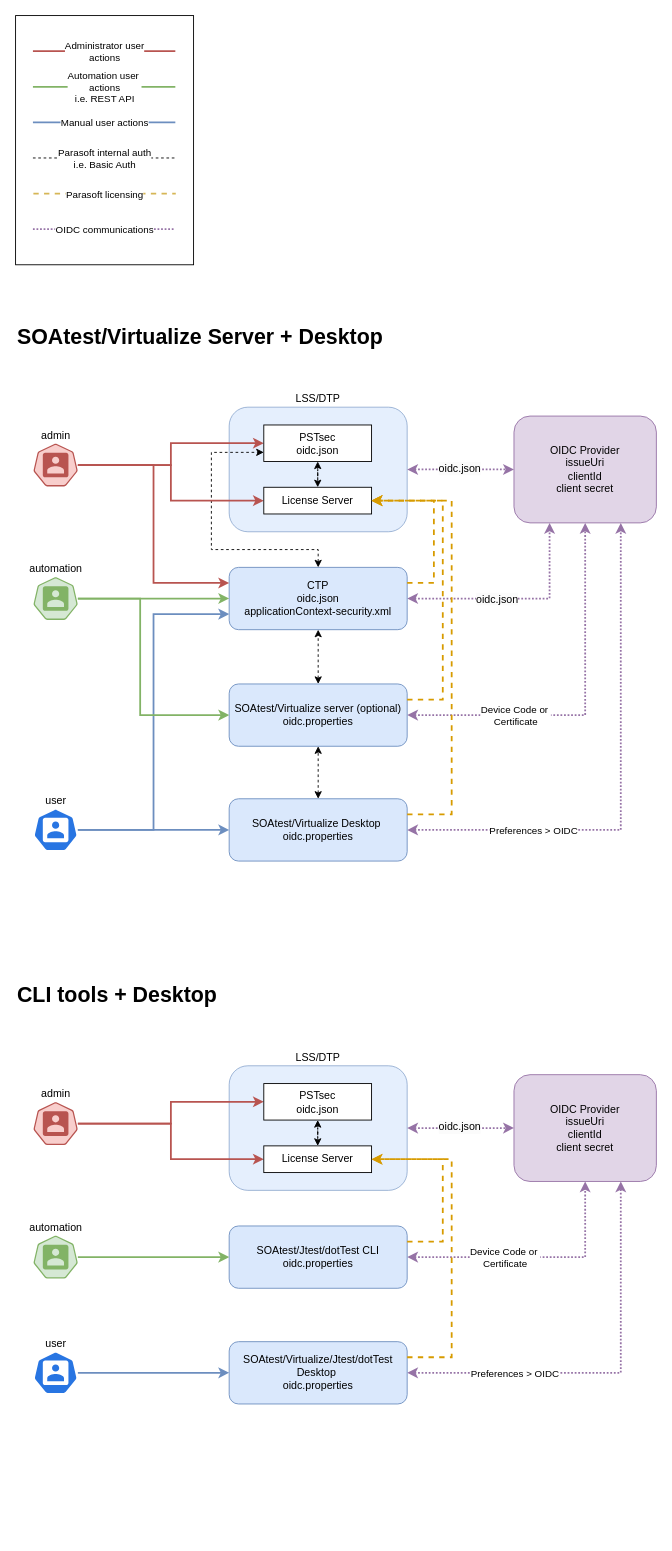
The draw.io diagram oidc.drawio in gtrofimov/draw-io-projects, before the edit. Source tidied: cells renumbered, new cells numbered last; positions are measured from the earlier drawing's top-left corner, leaving out a move shared by most shapes. Both pictures are drawn from the tidied source at 89%, with x=0, y=0 at pixel (15, 15).
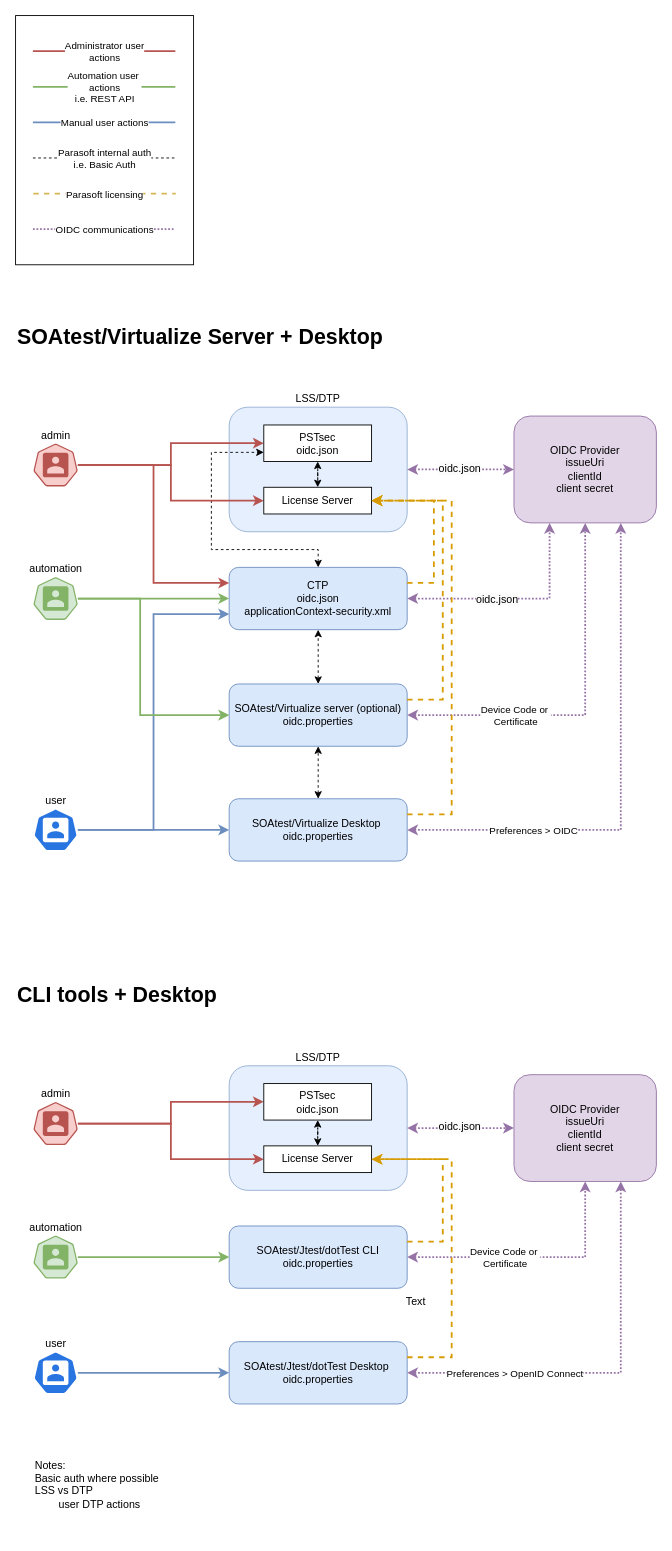
The same diagram, later.

Unchanged cells that the change refers to:
```xml
<mxCell id="65" style="edgeStyle=orthogonalEdgeStyle;rounded=0;jettySize=auto;html=1;entryX=0.75;entryY=1;entryDx=0;entryDy=0;dashed=1;dashPattern=1 1;fillColor=#e1d5e7;strokeColor=#9673a6;strokeWidth=2;startArrow=classic;startFill=1;" parent="1" edge="1" source="67" target="52">
  <mxGeometry relative="1" as="geometry" />
</mxCell>
```

What changed in the source:
```diff
@@
-    <mxCell id="66" value="Preferences &amp;gt; OIDC" style="edgeLabel;html=1;align=center;verticalAlign=middle;" parent="65" vertex="1">
+    <mxCell id="66" value="Preferences &amp;gt; OpenID Connect" style="edgeLabel;html=1;align=center;verticalAlign=middle;" parent="65" vertex="1">
       <mxGeometry x="-0.39" y="-1" relative="1" as="geometry">
         <mxPoint x="-19" y="-1" as="offset" />
       </mxGeometry>
     </mxCell>
-    <mxCell id="67" value="SOAtest/Virtualize/Jtest/dotTest Desktop&amp;nbsp;&lt;div&gt;&lt;div&gt;oidc.properties&lt;/div&gt;&lt;/div&gt;" style="rounded=1;whiteSpace=wrap;html=1;fillColor=#dae8fc;strokeColor=#6c8ebf;" parent="1" vertex="1">
+    <mxCell id="67" value="SOAtest/Jtest/dotTest Desktop&amp;nbsp;&lt;div&gt;&lt;div&gt;oidc.properties&lt;/div&gt;&lt;/div&gt;" style="rounded=1;whiteSpace=wrap;html=1;fillColor=#dae8fc;strokeColor=#6c8ebf;" parent="1" vertex="1">
       <mxGeometry x="240" y="1490" width="200" height="70" as="geometry" />
     </mxCell>
@@
+    <mxCell id="72" value="Text" style="text;html=1;align=center;verticalAlign=middle;whiteSpace=wrap;rounded=0;" parent="1" vertex="1">
+      <mxGeometry x="420" y="1430" width="60" height="30" as="geometry" />
+    </mxCell>
+    <mxCell id="73" value="Notes:&lt;div&gt;Basic auth where possible&lt;/div&gt;&lt;div&gt;LSS vs DTP&lt;/div&gt;&lt;div&gt;&lt;span style=&quot;white-space: pre;&quot;&gt;&#9;&lt;/span&gt;user DTP actions&lt;br&gt;&lt;/div&gt;&lt;div&gt;&lt;br&gt;&lt;/div&gt;&lt;div&gt;&lt;br&gt;&lt;/div&gt;" style="text;html=1;align=left;verticalAlign=middle;whiteSpace=wrap;rounded=0;" parent="1" vertex="1">
+      <mxGeometry x="20" y="1650" width="190" height="30" as="geometry" />
+    </mxCell>
```
